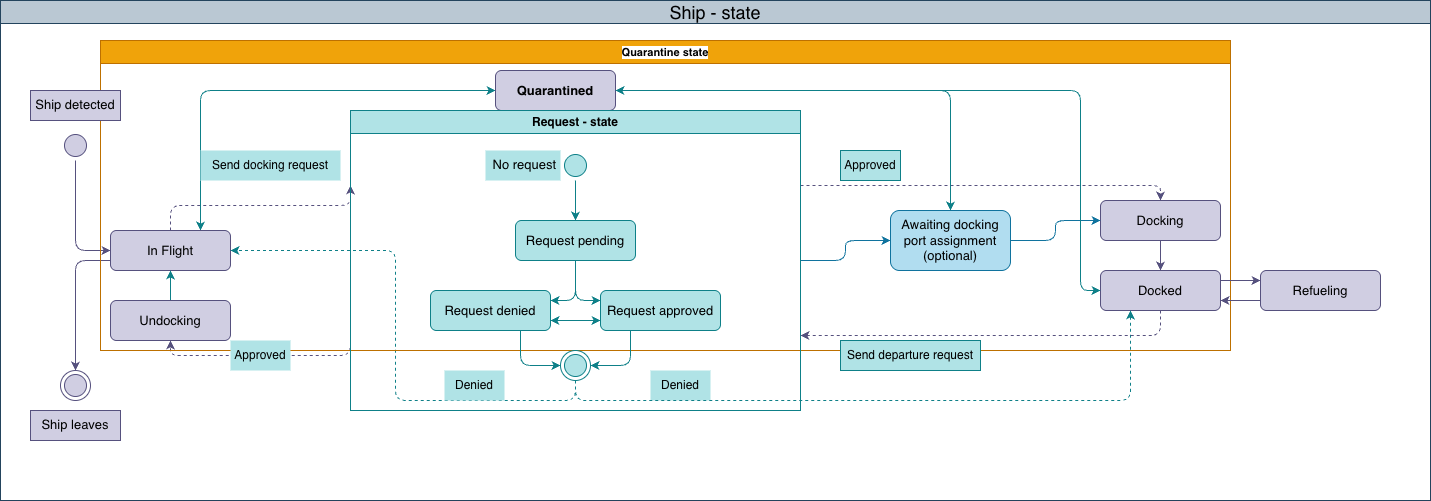
Before: Spacedock_state.drawio.png, a diagram exported from draw.io (Casual159/SpaceDock-home-assignment). Source tidied: cells renumbered, new cells last; positions are measured from the earlier drawing's top-left corner, leaving out a move shared by most shapes.
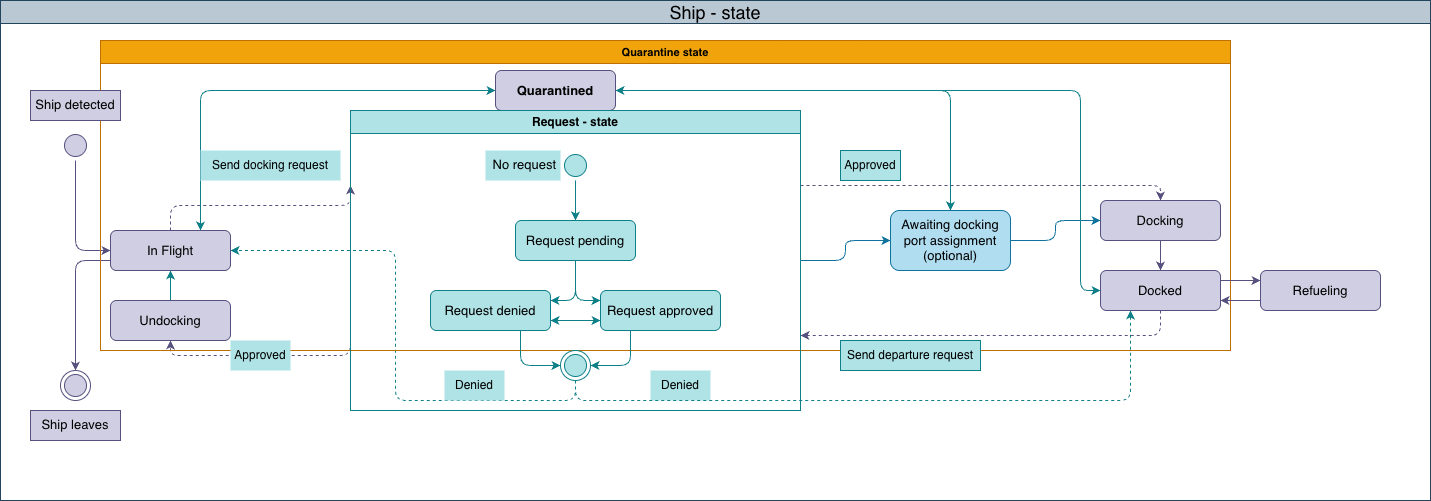
The same file after the commit.

Diff of the diagram source:
```diff
@@ -49,7 +49,7 @@
     <mxCell id="14" value="&lt;span style=&quot;font-size: 18px; font-weight: 400;&quot;&gt;Ship - state&lt;/span&gt;" style="swimlane;whiteSpace=wrap;html=1;fillColor=#bac8d3;strokeColor=#23445d;" parent="1" vertex="1">
       <mxGeometry width="1430" height="500" as="geometry" />
     </mxCell>
-    <mxCell id="15" value="&lt;font style=&quot;color: light-dark(rgb(0, 0, 0), rgb(204, 0, 0));&quot;&gt;Quarantine state&lt;/font&gt;" style="swimlane;whiteSpace=wrap;html=1;fontFamily=Helvetica;fontSize=11;fontColor=#000000;labelBackgroundColor=default;fillColor=light-dark(#F0A30A,#4D4D4D);strokeColor=light-dark(#BD7000,#660000);" parent="14" vertex="1">
+    <mxCell id="15" value="&lt;font style=&quot;color: light-dark(rgb(0, 0, 0), rgb(204, 0, 0));&quot;&gt;Quarantine state&lt;/font&gt;" style="swimlane;whiteSpace=wrap;html=1;fontFamily=Helvetica;fontSize=11;fontColor=#000000;labelBackgroundColor=none;fillColor=light-dark(#F0A30A,#4D4D4D);strokeColor=light-dark(#BD7000,#660000);" parent="14" vertex="1">
       <mxGeometry x="100" y="40" width="1130" height="310" as="geometry" />
     </mxCell>
     <mxCell id="16" value="Approved" style="text;html=1;whiteSpace=wrap;strokeColor=#0e8088;fillColor=#b0e3e6;align=center;verticalAlign=middle;rounded=0;" parent="14" vertex="1">
```
